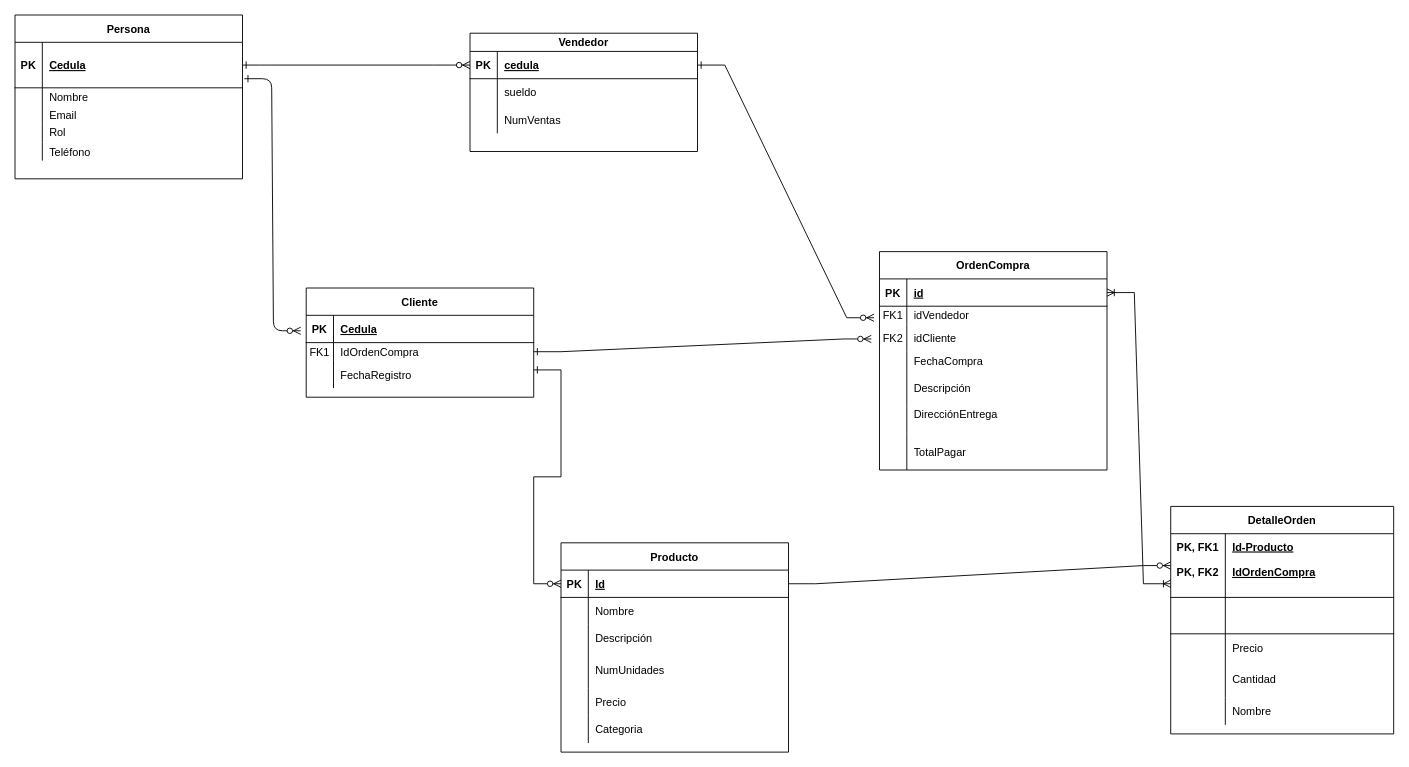
Before: ER.drawio in leonyudithk/Bakery-Shop, a draw.io diagram. Source tidied: cells renumbered, new cells numbered last; positions are measured from the earlier drawing's top-left corner, leaving out a move shared by most shapes. Both pictures are drawn from the tidied source at 91%, with x=0, y=0 at pixel (15, 15).
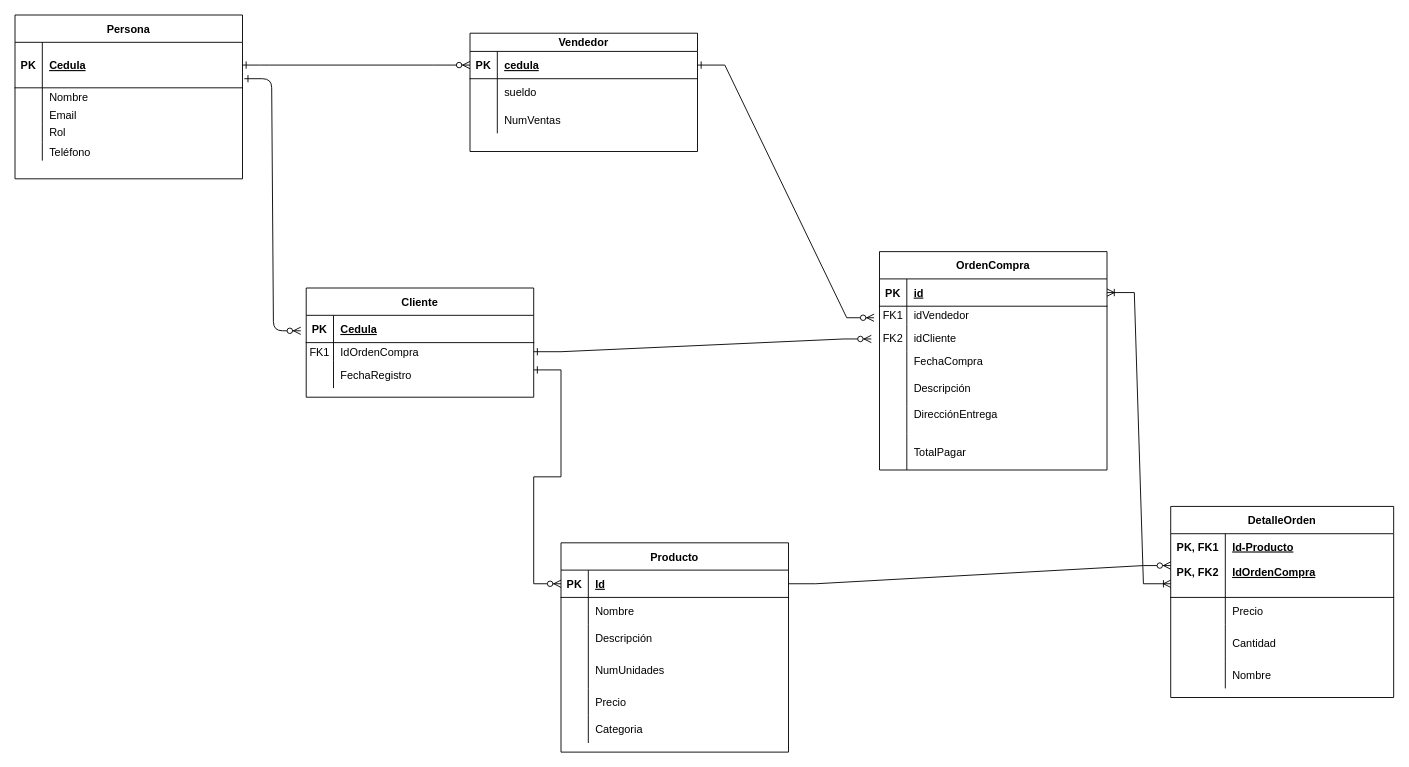
The same page after the edit.

What changed in the source:
```diff
@@
     <mxCell id="84" value="DetalleOrden" style="shape=table;startSize=30;childLayout=tableLayout;rowLines=0;fontStyle=1;align=center;" parent="1" vertex="1">
-      <mxGeometry x="1270" y="540" width="245" height="250" as="geometry" />
+      <mxGeometry x="1270" y="540" width="245" height="210" as="geometry" />
     </mxCell>
@@
-    <mxCell id="88" style="shape=partialRectangle;fillColor=none;top=0;left=0;right=0;bottom=1;" parent="84" vertex="1">
-      <mxGeometry y="100" width="245" height="40" as="geometry" />
-    </mxCell>
-    <mxCell id="89" style="shape=partialRectangle;overflow=hidden;fillColor=none;top=0;left=0;bottom=0;right=0;fontStyle=1;" parent="88" vertex="1">
-      <mxGeometry width="60" height="40" as="geometry" />
-    </mxCell>
-    <mxCell id="90" style="shape=partialRectangle;overflow=hidden;fillColor=none;top=0;left=0;bottom=0;right=0;align=left;spacingLeft=6;fontStyle=5;" parent="88" vertex="1">
-      <mxGeometry x="60" width="185" height="40" as="geometry" />
-    </mxCell>
     <mxCell id="91" style="shape=partialRectangle;fillColor=none;top=0;left=0;right=0;bottom=0;" parent="84" vertex="1">
-      <mxGeometry y="140" width="245" height="30" as="geometry" />
+      <mxGeometry y="100" width="245" height="30" as="geometry" />
     </mxCell>
@@
     <mxCell id="94" style="shape=partialRectangle;fillColor=none;top=0;left=0;right=0;bottom=0;" parent="84" vertex="1">
-      <mxGeometry y="170" width="245" height="40" as="geometry" />
+      <mxGeometry y="130" width="245" height="40" as="geometry" />
     </mxCell>
@@
     <mxCell id="97" style="shape=partialRectangle;fillColor=none;top=0;left=0;right=0;bottom=0;" parent="84" vertex="1">
-      <mxGeometry y="210" width="245" height="30" as="geometry" />
+      <mxGeometry y="170" width="245" height="30" as="geometry" />
     </mxCell>
```
